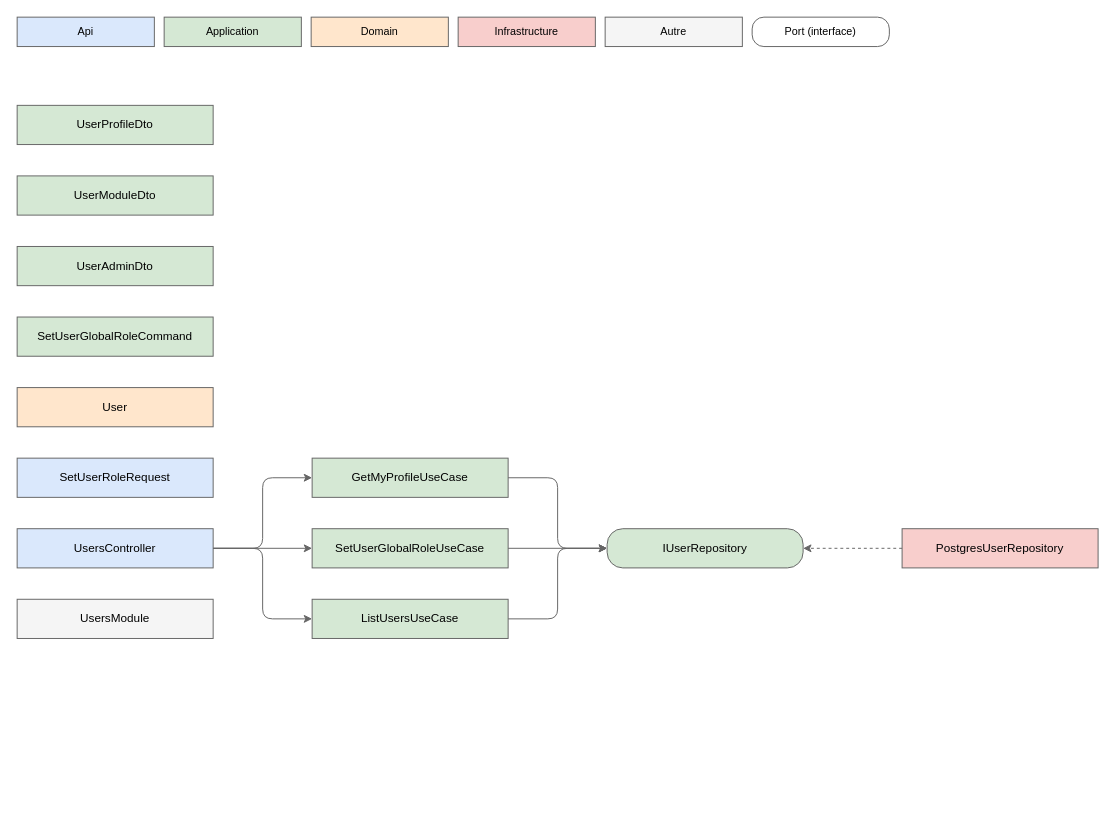
Above: api/docs/diagrams/Core/Users/users.drawio in huiitre/Tools-app (draw.io), before the change. Source tidied: cells renumbered, new cells numbered last; positions are measured from the earlier drawing's top-left corner, leaving out a move shared by most shapes. Both pictures are drawn from the tidied source at 98%, with x=0, y=0 at pixel (17, 17).
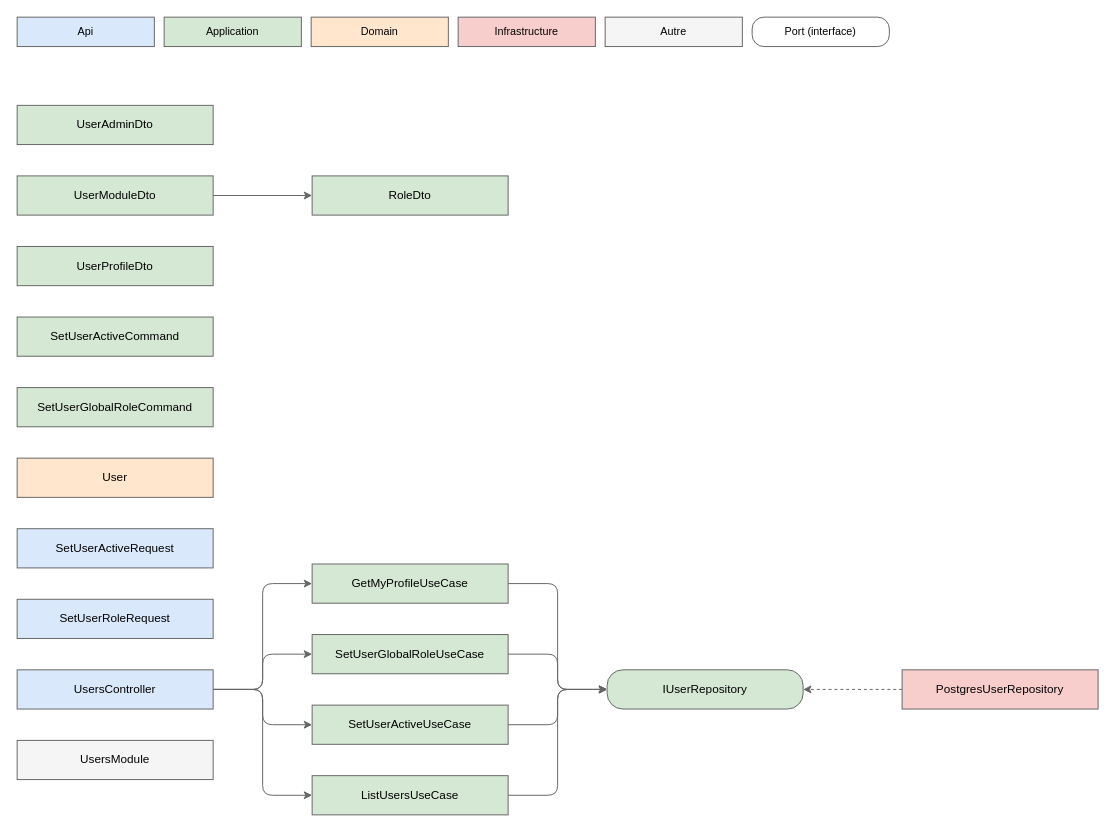
Above is the later version.

The change refers to these unchanged cells:
```xml
<mxCell id="17" value="UserModuleDto" style="rounded=0;whiteSpace=wrap;html=1;fillColor=#d5e8d4;strokeColor=#666666;" parent="1" vertex="1">
  <mxGeometry y="162" width="200" height="40" as="geometry" />
</mxCell>
```

Diff of the diagram source:
```diff
@@
     <mxCell id="8" value="GetMyProfileUseCase" style="rounded=0;whiteSpace=wrap;html=1;fillColor=#d5e8d4;strokeColor=#666666;" parent="1" vertex="1">
-      <mxGeometry x="301" y="450" width="200" height="40" as="geometry" />
+      <mxGeometry x="301" y="558" width="200" height="40" as="geometry" />
     </mxCell>
     <mxCell id="9" value="IUserRepository" style="rounded=1;arcSize=40;whiteSpace=wrap;html=1;fillColor=#d5e8d4;strokeColor=#666666;" parent="1" vertex="1">
-      <mxGeometry x="602" y="522" width="200" height="40" as="geometry" />
+      <mxGeometry x="602" y="666" width="200" height="40" as="geometry" />
     </mxCell>
     <mxCell id="10" value="ListUsersUseCase" style="rounded=0;whiteSpace=wrap;html=1;fillColor=#d5e8d4;strokeColor=#666666;" parent="1" vertex="1">
-      <mxGeometry x="301" y="594" width="200" height="40" as="geometry" />
+      <mxGeometry x="301" y="774" width="200" height="40" as="geometry" />
     </mxCell>
     <mxCell id="11" value="PostgresUserRepository" style="rounded=0;whiteSpace=wrap;html=1;fillColor=#f8cecc;strokeColor=#666666;" parent="1" vertex="1">
-      <mxGeometry x="903" y="522" width="200" height="40" as="geometry" />
+      <mxGeometry x="903" y="666" width="200" height="40" as="geometry" />
     </mxCell>
+    <mxCell id="28" value="RoleDto" style="rounded=0;whiteSpace=wrap;html=1;fillColor=#d5e8d4;strokeColor=#666666;" parent="1" vertex="1">
+      <mxGeometry x="301" y="162" width="200" height="40" as="geometry" />
+    </mxCell>
+    <mxCell id="29" value="SetUserActiveCommand" style="rounded=0;whiteSpace=wrap;html=1;fillColor=#d5e8d4;strokeColor=#666666;" parent="1" vertex="1">
+      <mxGeometry y="306" width="200" height="40" as="geometry" />
+    </mxCell>
+    <mxCell id="30" value="SetUserActiveRequest" style="rounded=0;whiteSpace=wrap;html=1;fillColor=#dae8fc;strokeColor=#666666;" parent="1" vertex="1">
+      <mxGeometry y="522" width="200" height="40" as="geometry" />
+    </mxCell>
+    <mxCell id="31" value="SetUserActiveUseCase" style="rounded=0;whiteSpace=wrap;html=1;fillColor=#d5e8d4;strokeColor=#666666;" parent="1" vertex="1">
+      <mxGeometry x="301" y="702" width="200" height="40" as="geometry" />
+    </mxCell>
     <mxCell id="12" value="SetUserGlobalRoleCommand" style="rounded=0;whiteSpace=wrap;html=1;fillColor=#d5e8d4;strokeColor=#666666;" parent="1" vertex="1">
-      <mxGeometry y="306" width="200" height="40" as="geometry" />
+      <mxGeometry y="378" width="200" height="40" as="geometry" />
     </mxCell>
     <mxCell id="13" value="SetUserGlobalRoleUseCase" style="rounded=0;whiteSpace=wrap;html=1;fillColor=#d5e8d4;strokeColor=#666666;" parent="1" vertex="1">
-      <mxGeometry x="301" y="522" width="200" height="40" as="geometry" />
+      <mxGeometry x="301" y="630" width="200" height="40" as="geometry" />
     </mxCell>
     <mxCell id="14" value="SetUserRoleRequest" style="rounded=0;whiteSpace=wrap;html=1;fillColor=#dae8fc;strokeColor=#666666;" parent="1" vertex="1">
-      <mxGeometry y="450" width="200" height="40" as="geometry" />
+      <mxGeometry y="594" width="200" height="40" as="geometry" />
     </mxCell>
     <mxCell id="15" value="User" style="rounded=0;whiteSpace=wrap;html=1;fillColor=#ffe6cc;strokeColor=#666666;" parent="1" vertex="1">
-      <mxGeometry y="378" width="200" height="40" as="geometry" />
+      <mxGeometry y="450" width="200" height="40" as="geometry" />
     </mxCell>
     <mxCell id="16" value="UserAdminDto" style="rounded=0;whiteSpace=wrap;html=1;fillColor=#d5e8d4;strokeColor=#666666;" parent="1" vertex="1">
-      <mxGeometry y="234" width="200" height="40" as="geometry" />
+      <mxGeometry y="90" width="200" height="40" as="geometry" />
     </mxCell>
@@
     <mxCell id="18" value="UserProfileDto" style="rounded=0;whiteSpace=wrap;html=1;fillColor=#d5e8d4;strokeColor=#666666;" parent="1" vertex="1">
-      <mxGeometry y="90" width="200" height="40" as="geometry" />
+      <mxGeometry y="234" width="200" height="40" as="geometry" />
     </mxCell>
     <mxCell id="19" value="UsersController" style="rounded=0;whiteSpace=wrap;html=1;fillColor=#dae8fc;strokeColor=#666666;" parent="1" vertex="1">
-      <mxGeometry y="522" width="200" height="40" as="geometry" />
+      <mxGeometry y="666" width="200" height="40" as="geometry" />
     </mxCell>
     <mxCell id="20" value="UsersModule" style="rounded=0;whiteSpace=wrap;html=1;fillColor=#f5f5f5;strokeColor=#666666;" parent="1" vertex="1">
-      <mxGeometry y="594" width="200" height="40" as="geometry" />
+      <mxGeometry y="738" width="200" height="40" as="geometry" />
     </mxCell>
@@
-    <mxCell id="24" style="edgeStyle=orthogonalEdgeStyle;rounded=1;html=1;jettySize=auto;exitX=1;exitY=0.5;entryX=0;entryY=0.5;exitDx=0;exitDy=0;entryDx=0;entryDy=0;strokeColor=#666666;" parent="1" edge="1" source="13" target="9">
+    <mxCell id="24" style="edgeStyle=orthogonalEdgeStyle;rounded=1;html=1;jettySize=auto;exitX=1;exitY=0.5;entryX=0;entryY=0.5;exitDx=0;exitDy=0;entryDx=0;entryDy=0;strokeColor=#666666;" parent="1" edge="1" source="31" target="9">
       <mxGeometry relative="1" as="geometry" />
     </mxCell>
-    <mxCell id="25" style="edgeStyle=orthogonalEdgeStyle;rounded=1;html=1;jettySize=auto;exitX=1;exitY=0.5;entryX=0;entryY=0.5;exitDx=0;exitDy=0;entryDx=0;entryDy=0;strokeColor=#666666;" parent="1" edge="1" source="19" target="8">
+    <mxCell id="25" style="edgeStyle=orthogonalEdgeStyle;rounded=1;html=1;jettySize=auto;exitX=1;exitY=0.5;entryX=0;entryY=0.5;exitDx=0;exitDy=0;entryDx=0;entryDy=0;strokeColor=#666666;" parent="1" edge="1" source="13" target="9">
       <mxGeometry relative="1" as="geometry" />
     </mxCell>
-    <mxCell id="26" style="edgeStyle=orthogonalEdgeStyle;rounded=1;html=1;jettySize=auto;exitX=1;exitY=0.5;entryX=0;entryY=0.5;exitDx=0;exitDy=0;entryDx=0;entryDy=0;strokeColor=#666666;" parent="1" edge="1" source="19" target="10">
+    <mxCell id="26" style="edgeStyle=orthogonalEdgeStyle;rounded=1;html=1;jettySize=auto;exitX=1;exitY=0.5;entryX=0;entryY=0.5;exitDx=0;exitDy=0;entryDx=0;entryDy=0;strokeColor=#666666;" parent="1" edge="1" source="17" target="28">
       <mxGeometry relative="1" as="geometry" />
     </mxCell>
-    <mxCell id="27" style="edgeStyle=orthogonalEdgeStyle;rounded=1;html=1;jettySize=auto;exitX=1;exitY=0.5;entryX=0;entryY=0.5;exitDx=0;exitDy=0;entryDx=0;entryDy=0;strokeColor=#666666;" parent="1" edge="1" source="19" target="13">
+    <mxCell id="27" style="edgeStyle=orthogonalEdgeStyle;rounded=1;html=1;jettySize=auto;exitX=1;exitY=0.5;entryX=0;entryY=0.5;exitDx=0;exitDy=0;entryDx=0;entryDy=0;strokeColor=#666666;" parent="1" edge="1" source="19" target="8">
       <mxGeometry relative="1" as="geometry" />
     </mxCell>
+    <mxCell id="32" style="edgeStyle=orthogonalEdgeStyle;rounded=1;html=1;jettySize=auto;exitX=1;exitY=0.5;entryX=0;entryY=0.5;exitDx=0;exitDy=0;entryDx=0;entryDy=0;strokeColor=#666666;" parent="1" edge="1" source="19" target="10">
+      <mxGeometry relative="1" as="geometry" />
+    </mxCell>
+    <mxCell id="33" style="edgeStyle=orthogonalEdgeStyle;rounded=1;html=1;jettySize=auto;exitX=1;exitY=0.5;entryX=0;entryY=0.5;exitDx=0;exitDy=0;entryDx=0;entryDy=0;strokeColor=#666666;" parent="1" edge="1" source="19" target="31">
+      <mxGeometry relative="1" as="geometry" />
+    </mxCell>
+    <mxCell id="34" style="edgeStyle=orthogonalEdgeStyle;rounded=1;html=1;jettySize=auto;exitX=1;exitY=0.5;entryX=0;entryY=0.5;exitDx=0;exitDy=0;entryDx=0;entryDy=0;strokeColor=#666666;" parent="1" edge="1" source="19" target="13">
+      <mxGeometry relative="1" as="geometry" />
+    </mxCell>
```
